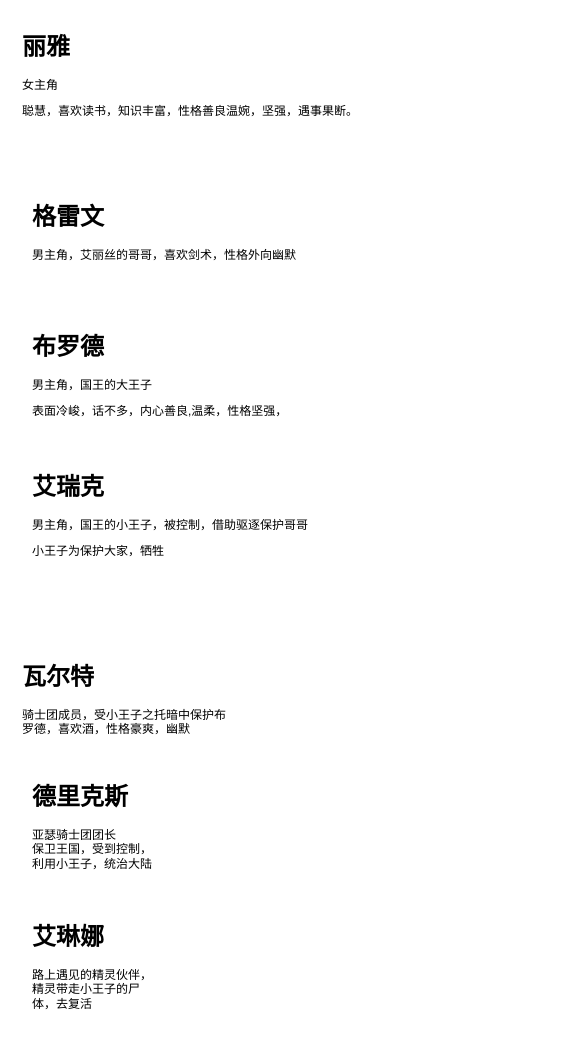
Before: page "actor" (3 of 10) of unity.drawio in goldmine/base, a draw.io diagram. Source tidied: cells renumbered, new cells numbered last; positions are measured from the earlier drawing's top-left corner, leaving out a move shared by most shapes. Both pictures are drawn from the tidied source at 100%, with x=0, y=0 at pixel (17, 27).
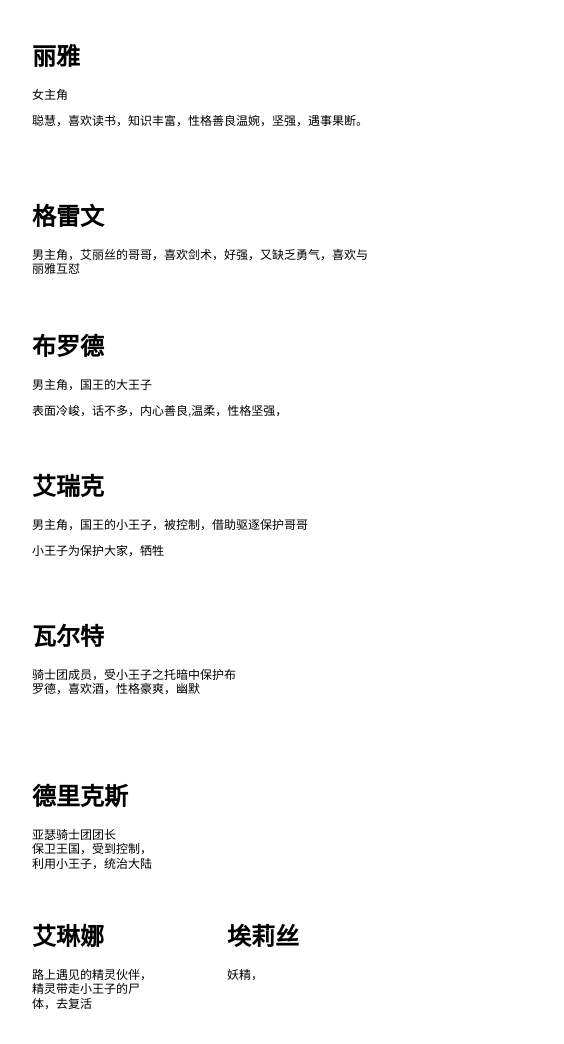
After the change.

Diff of the diagram source:
```diff
@@
 <mxGraphModel>
   <root>
     <mxCell id="0" />
     <mxCell id="1" parent="0" />
     <mxCell id="2" value="&lt;h1&gt;丽雅&lt;/h1&gt;&lt;p&gt;女主角&lt;/p&gt;&lt;p&gt;聪慧，喜欢读书，知识丰富，性格善良温婉，坚强，遇事果断。&lt;/p&gt;" style="text;html=1;strokeColor=none;fillColor=none;spacing=5;spacingTop=-20;whiteSpace=wrap;overflow=hidden;rounded=0;" parent="1" vertex="1">
-      <mxGeometry width="440" height="120" as="geometry" />
+      <mxGeometry x="10" y="10" width="440" height="120" as="geometry" />
     </mxCell>
-    <mxCell id="3" value="&lt;h1&gt;格雷文&lt;/h1&gt;&lt;p&gt;男主角，艾丽丝的哥哥，喜欢剑术，性格外向幽默&lt;/p&gt;" style="text;html=1;strokeColor=none;fillColor=none;spacing=5;spacingTop=-20;whiteSpace=wrap;overflow=hidden;rounded=0;" parent="1" vertex="1">
+    <mxCell id="3" value="&lt;h1&gt;格雷文&lt;/h1&gt;&lt;p&gt;男主角，艾丽丝的哥哥，喜欢剑术，好强，又缺乏勇气，喜欢与丽雅互怼&lt;/p&gt;" style="text;html=1;strokeColor=none;fillColor=none;spacing=5;spacingTop=-20;whiteSpace=wrap;overflow=hidden;rounded=0;" parent="1" vertex="1">
       <mxGeometry x="10" y="170" width="350" height="80" as="geometry" />
     </mxCell>
     <mxCell id="4" value="&lt;h1&gt;布罗德&lt;/h1&gt;&lt;p&gt;男主角，国王的大王子&lt;br&gt;&lt;/p&gt;&lt;p&gt;表面冷峻，话不多，内心善良,温柔，性格坚强，&lt;br&gt;&lt;/p&gt;" style="text;html=1;strokeColor=none;fillColor=none;spacing=5;spacingTop=-20;whiteSpace=wrap;overflow=hidden;rounded=0;" parent="1" vertex="1">
       <mxGeometry x="10" y="300" width="350" height="110" as="geometry" />
     </mxCell>
     <mxCell id="5" value="&lt;h1&gt;艾瑞克&lt;/h1&gt;&lt;p&gt;男主角，国王的小王子，被控制，借助驱逐保护哥哥&lt;/p&gt;&lt;p&gt;小王子为保护大家，牺牲&lt;/p&gt;&lt;p&gt;&lt;br&gt;&lt;/p&gt;&lt;p&gt;&lt;br&gt;&lt;/p&gt;" style="text;html=1;strokeColor=none;fillColor=none;spacing=5;spacingTop=-20;whiteSpace=wrap;overflow=hidden;rounded=0;" parent="1" vertex="1">
       <mxGeometry x="10" y="440" width="520" height="150" as="geometry" />
     </mxCell>
     <mxCell id="6" value="&lt;h1&gt;&lt;br&gt;&lt;/h1&gt;" style="text;html=1;strokeColor=none;fillColor=none;spacing=5;spacingTop=-20;whiteSpace=wrap;overflow=hidden;rounded=0;" parent="1" vertex="1">
       <mxGeometry x="10" y="610" width="130" height="110" as="geometry" />
     </mxCell>
     <mxCell id="7" value="&lt;h1&gt;瓦尔特&lt;/h1&gt;&lt;p&gt;骑士团成员，受小王子之托暗中保护布罗德，喜欢酒，性格豪爽，幽默&lt;/p&gt;&lt;p&gt;&lt;br&gt;&lt;/p&gt;&lt;p&gt;&lt;br&gt;&lt;/p&gt;" style="text;html=1;strokeColor=none;fillColor=none;spacing=5;spacingTop=-20;whiteSpace=wrap;overflow=hidden;rounded=0;" parent="1" vertex="1">
-      <mxGeometry y="630" width="220" height="110" as="geometry" />
+      <mxGeometry x="10" y="590" width="220" height="110" as="geometry" />
     </mxCell>
     <mxCell id="8" value="&lt;h1&gt;德里克斯&lt;/h1&gt;&lt;p&gt;亚瑟骑士团团长&lt;br style=&quot;border-color: var(--border-color); text-align: center;&quot;&gt;&lt;span style=&quot;text-align: center;&quot;&gt;保卫王国，受到控制，利用小王子，统治大陆&lt;/span&gt;&lt;br&gt;&lt;/p&gt;&lt;p&gt;&lt;br&gt;&lt;/p&gt;&lt;p&gt;&lt;br&gt;&lt;/p&gt;" style="text;html=1;strokeColor=none;fillColor=none;spacing=5;spacingTop=-20;whiteSpace=wrap;overflow=hidden;rounded=0;" parent="1" vertex="1">
       <mxGeometry x="10" y="750" width="130" height="110" as="geometry" />
     </mxCell>
     <mxCell id="9" value="&lt;h1&gt;艾琳娜&lt;/h1&gt;&lt;p&gt;路上遇见的精灵伙伴，精灵带走小王子的尸体，去复活&lt;/p&gt;&lt;p&gt;&lt;br&gt;&lt;/p&gt;&lt;p&gt;&lt;br&gt;&lt;/p&gt;" style="text;html=1;strokeColor=none;fillColor=none;spacing=5;spacingTop=-20;whiteSpace=wrap;overflow=hidden;rounded=0;" parent="1" vertex="1">
       <mxGeometry x="10" y="890" width="130" height="110" as="geometry" />
     </mxCell>
+    <mxCell id="10" value="&lt;h1&gt;埃莉丝&lt;/h1&gt;&lt;p&gt;妖精，&lt;/p&gt;&lt;p&gt;&lt;br&gt;&lt;/p&gt;&lt;p&gt;&lt;br&gt;&lt;/p&gt;&lt;p&gt;&lt;br&gt;&lt;/p&gt;" style="text;html=1;strokeColor=none;fillColor=none;spacing=5;spacingTop=-20;whiteSpace=wrap;overflow=hidden;rounded=0;" parent="1" vertex="1">
+      <mxGeometry x="205" y="890" width="130" height="110" as="geometry" />
+    </mxCell>
   </root>
 </mxGraphModel>
```
